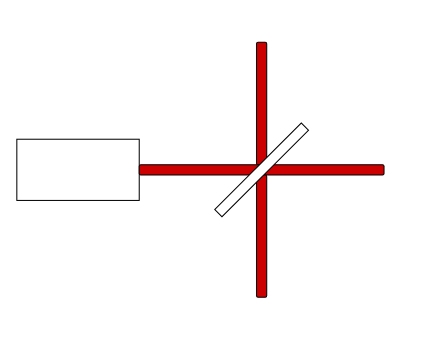
Earlier version of the draw.io diagram Untitled Diagram.drawio (VulcanZ/Research-Diagrams). Source tidied: cells renumbered, new cells numbered last; positions are measured from the earlier drawing's top-left corner, leaving out a move shared by most shapes. Both pictures are drawn from the tidied source at 102%, with x=0, y=0 at pixel (16, 98).
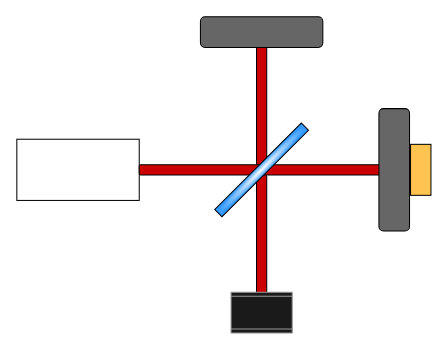
Above is the later version.

The edit, as a diff of the source:
```diff
@@
 <mxGraphModel>
   <root>
     <mxCell id="0" />
     <mxCell id="1" parent="0" />
     <mxCell id="2" style="rounded=1;whiteSpace=wrap;html=1;rotation=90;gradientColor=none;gradientDirection=south;fillColor=#CC0000;strokeColor=default;" parent="1" vertex="1">
       <mxGeometry x="180" width="120" height="10" as="geometry" />
     </mxCell>
     <mxCell id="3" style="rounded=0;whiteSpace=wrap;html=1;" parent="1" vertex="1">
       <mxGeometry y="40" width="120" height="60" as="geometry" />
     </mxCell>
     <mxCell id="4" style="rounded=1;whiteSpace=wrap;html=1;fillColor=#CC0000;" parent="1" vertex="1">
       <mxGeometry x="120" y="65" width="120" height="10" as="geometry" />
     </mxCell>
     <mxCell id="5" style="rounded=1;whiteSpace=wrap;html=1;rotation=-180;fillColor=#CC0000;" parent="1" vertex="1">
       <mxGeometry x="240" y="65" width="120" height="10" as="geometry" />
     </mxCell>
     <mxCell id="6" style="rounded=1;whiteSpace=wrap;html=1;rotation=90;fillColor=#CC0000;" parent="1" vertex="1">
       <mxGeometry x="180" y="130" width="120" height="10" as="geometry" />
     </mxCell>
-    <mxCell id="7" style="rounded=0;whiteSpace=wrap;html=1;rotation=-45;" parent="1" vertex="1">
+    <mxCell id="7" style="rounded=0;whiteSpace=wrap;html=1;rotation=-45;fillColor=#FFFFFF;gradientColor=#3399FF;gradientDirection=radial;" parent="1" vertex="1">
       <mxGeometry x="180" y="65" width="120" height="10" as="geometry" />
     </mxCell>
+    <mxCell id="8" style="rounded=1;whiteSpace=wrap;html=1;fillColor=#666666;" parent="1" vertex="1">
+      <mxGeometry x="180" y="-80" width="120" height="30" as="geometry" />
+    </mxCell>
+    <mxCell id="9" style="rounded=1;whiteSpace=wrap;html=1;fillColor=#666666;rotation=90;" parent="1" vertex="1">
+      <mxGeometry x="310" y="55" width="120" height="30" as="geometry" />
+    </mxCell>
+    <mxCell id="10" style="rounded=0;whiteSpace=wrap;html=1;fillColor=#FFC44F;" parent="1" vertex="1">
+      <mxGeometry x="386" y="45" width="20" height="50" as="geometry" />
+    </mxCell>
+    <mxCell id="11" style="shape=process;whiteSpace=wrap;html=1;backgroundOutline=1;rotation=90;fillColor=#1A1A1A;strokeColor=#999999;" parent="1" vertex="1">
+      <mxGeometry x="220" y="180" width="40" height="60" as="geometry" />
+    </mxCell>
   </root>
 </mxGraphModel>
```
